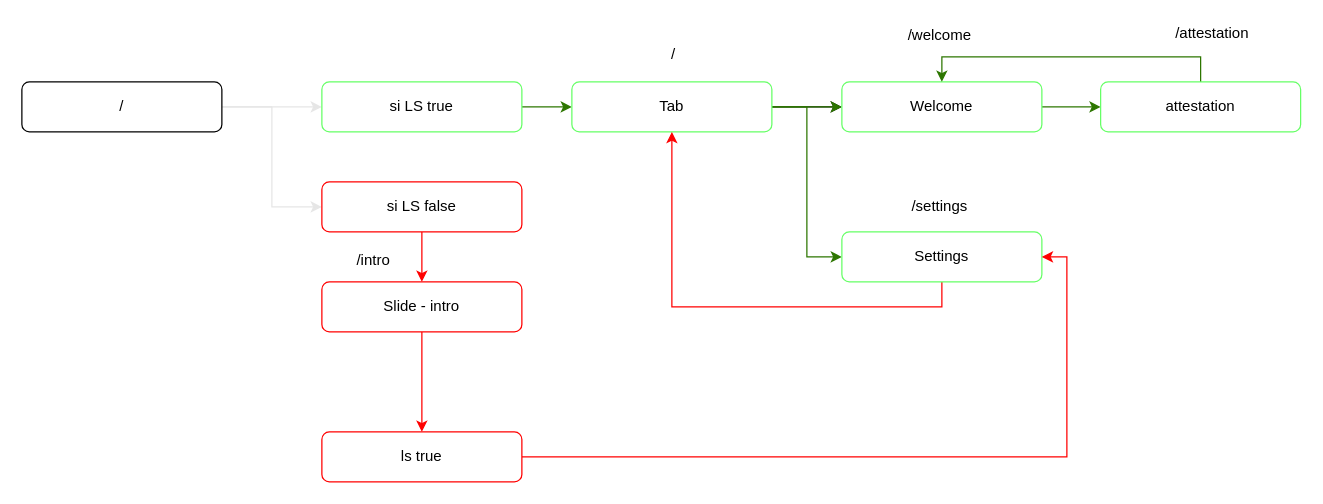
Earlier version of the draw.io diagram src/app/drawio/router.drawio (darkvadehors/Attestation-de-deplacement-derogatoire). Source tidied: cells renumbered, new cells numbered last; positions are measured from the earlier drawing's top-left corner, leaving out a move shared by most shapes. Both pictures are drawn from the tidied source at 125%, with x=0, y=0 at pixel (21, 21).
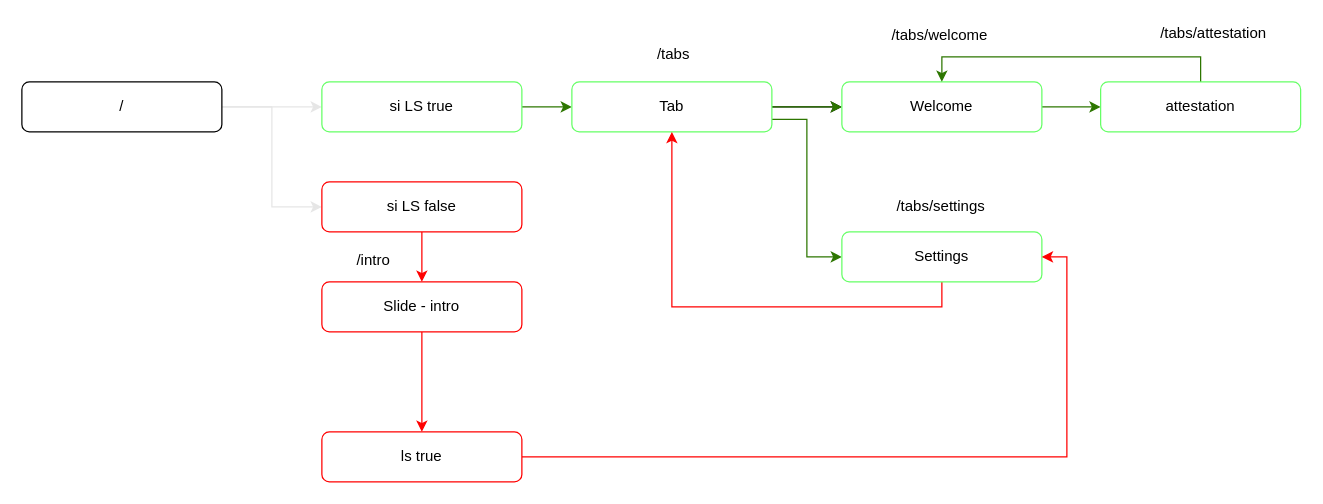
The same page after the edit.

The change refers to these unchanged cells:
```xml
<mxCell id="10" value="Tab" style="rounded=1;whiteSpace=wrap;html=1;strokeColor=#66FF66;" parent="1" vertex="1">
  <mxGeometry x="440" y="48" width="160" height="40" as="geometry" />
</mxCell>
<mxCell id="14" value="Settings" style="rounded=1;whiteSpace=wrap;html=1;strokeColor=#66FF66;" parent="1" vertex="1">
  <mxGeometry x="656" y="168" width="160" height="40" as="geometry" />
</mxCell>
```

Change to the diagram source:
```diff
@@
-    <mxCell id="9" style="edgeStyle=orthogonalEdgeStyle;rounded=0;jettySize=auto;html=1;entryX=0;entryY=0.5;entryDx=0;entryDy=0;fillColor=#60a917;strokeColor=#2D7600;" parent="1" edge="1" source="10" target="14">
+    <mxCell id="9" style="edgeStyle=orthogonalEdgeStyle;rounded=0;jettySize=auto;html=1;entryX=0;entryY=0.5;entryDx=0;entryDy=0;fillColor=#60a917;strokeColor=#2D7600;exitX=1;exitY=0.75;exitDx=0;exitDy=0;" parent="1" edge="1" source="10" target="14">
       <mxGeometry relative="1" as="geometry" />
     </mxCell>
@@
-    <mxCell id="23" value="/" style="text;html=1;align=center;verticalAlign=middle;" parent="1" vertex="1">
-      <mxGeometry x="514" y="17" width="13" height="17" as="geometry" />
+    <mxCell id="23" value="/tabs" style="text;html=1;align=center;verticalAlign=middle;" parent="1" vertex="1">
+      <mxGeometry x="503" y="17" width="36" height="17" as="geometry" />
     </mxCell>
-    <mxCell id="24" value="/welcome" style="text;html=1;align=center;verticalAlign=middle;" parent="1" vertex="1">
-      <mxGeometry x="703" y="2" width="61" height="17" as="geometry" />
+    <mxCell id="24" value="/tabs/welcome" style="text;html=1;align=center;verticalAlign=middle;" parent="1" vertex="1">
+      <mxGeometry x="690" y="2" width="87" height="17" as="geometry" />
     </mxCell>
-    <mxCell id="25" value="/settings" style="text;html=1;align=center;verticalAlign=middle;" parent="1" vertex="1">
-      <mxGeometry x="706" y="139.5" width="55" height="17" as="geometry" />
+    <mxCell id="25" value="/tabs/settings" style="text;html=1;align=center;verticalAlign=middle;" parent="1" vertex="1">
+      <mxGeometry x="694" y="139.5" width="81" height="17" as="geometry" />
     </mxCell>
-    <mxCell id="26" value="/attestation" style="text;html=1;align=center;verticalAlign=middle;" parent="1" vertex="1">
-      <mxGeometry x="918" width="68" height="17" as="geometry" />
+    <mxCell id="26" value="/tabs/attestation" style="text;html=1;align=center;verticalAlign=middle;" parent="1" vertex="1">
+      <mxGeometry x="905" width="95" height="17" as="geometry" />
     </mxCell>
```
